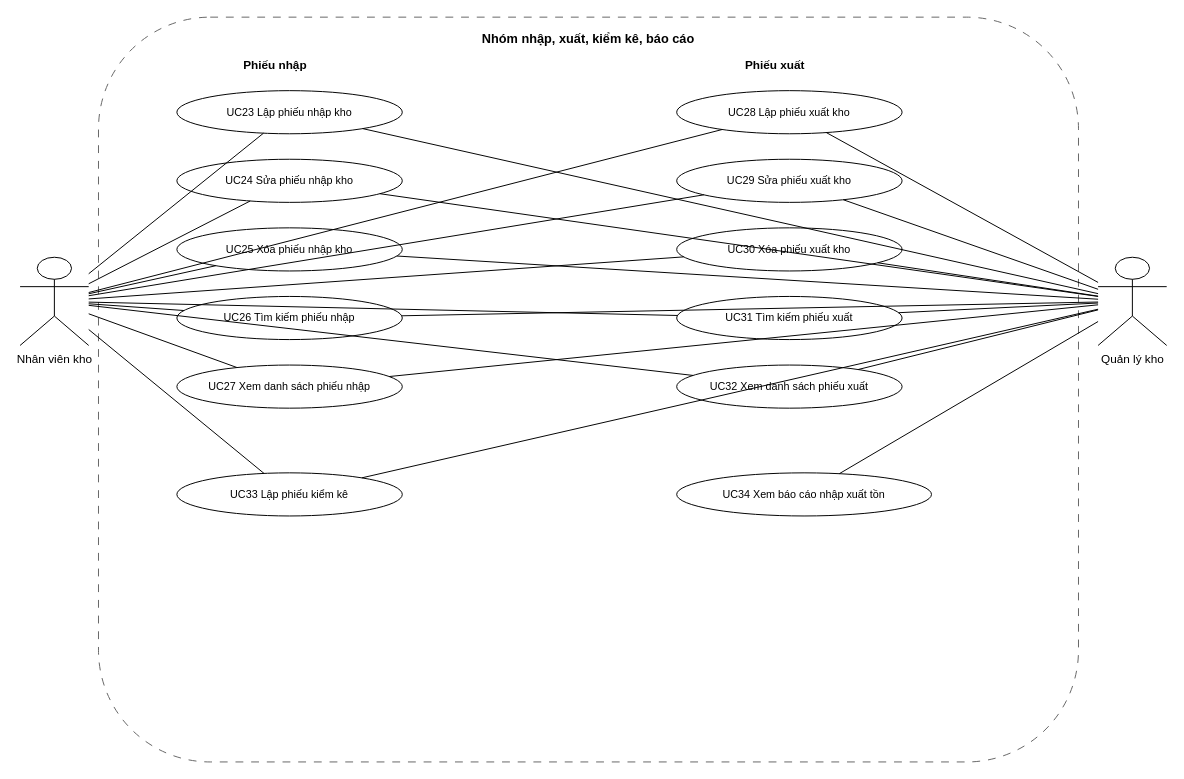
quangminh1212/Phan-tich-va-thiet-ke-he-thong keeps this draw.io diagram as diagram/drawio/3.5_usecase_phieu_baocao.drawio. Above is the earlier version. Source tidied: cells renumbered, new cells numbered last; positions are measured from the earlier drawing's top-left corner, leaving out a move shared by most shapes. Both pictures are drawn from the tidied source at 98%, with x=0, y=0 at pixel (20, 17).
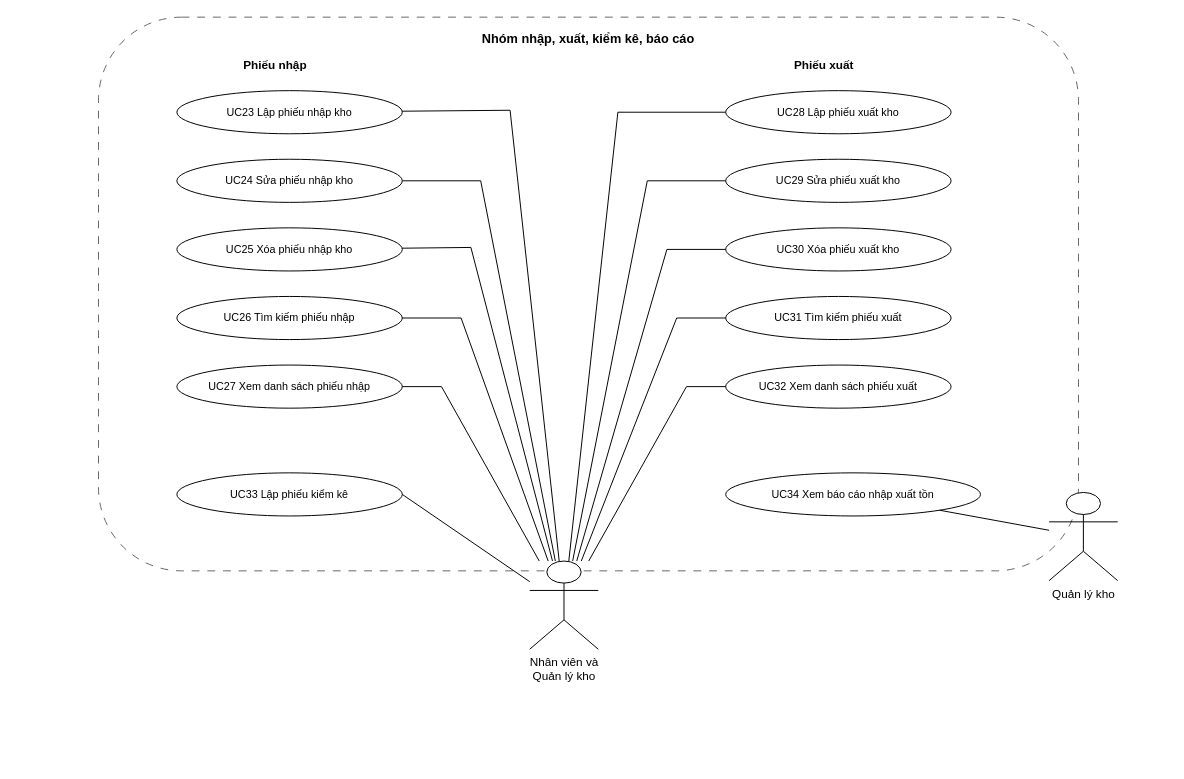
The same diagram, later.

The change refers to these unchanged cells:
```xml
<mxCell id="5" value="UC23 Lập phiếu nhập kho" style="ellipse;whiteSpace=wrap;html=1;fillColor=#FFFFFF;strokeColor=#000000;fontSize=11;align=center;" parent="1" vertex="1">
  <mxGeometry x="160" y="75" width="230" height="44" as="geometry" />
</mxCell>
<mxCell id="6" value="UC24 Sửa phiếu nhập kho" style="ellipse;whiteSpace=wrap;html=1;fillColor=#FFFFFF;strokeColor=#000000;fontSize=11;align=center;" parent="1" vertex="1">
  <mxGeometry x="160" y="145" width="230" height="44" as="geometry" />
</mxCell>
<mxCell id="7" value="UC25 Xóa phiếu nhập kho" style="ellipse;whiteSpace=wrap;html=1;fillColor=#FFFFFF;strokeColor=#000000;fontSize=11;align=center;" parent="1" vertex="1">
  <mxGeometry x="160" y="215" width="230" height="44" as="geometry" />
</mxCell>
<mxCell id="8" value="UC26 Tìm kiếm phiếu nhập" style="ellipse;whiteSpace=wrap;html=1;fillColor=#FFFFFF;strokeColor=#000000;fontSize=11;align=center;" parent="1" vertex="1">
  <mxGeometry x="160" y="285" width="230" height="44" as="geometry" />
</mxCell>
<mxCell id="9" value="UC27 Xem danh sách phiếu nhập" style="ellipse;whiteSpace=wrap;html=1;fillColor=#FFFFFF;strokeColor=#000000;fontSize=11;align=center;" parent="1" vertex="1">
  <mxGeometry x="160" y="355" width="230" height="44" as="geometry" />
</mxCell>
<mxCell id="15" value="UC33 Lập phiếu kiểm kê" style="ellipse;whiteSpace=wrap;html=1;fillColor=#FFFFFF;strokeColor=#000000;fontSize=11;align=center;" parent="1" vertex="1">
  <mxGeometry x="160" y="465" width="230" height="44" as="geometry" />
</mxCell>
```

Change to the diagram source:
```diff
@@
     <mxCell id="2" value="Nhóm nhập, xuất, kiểm kê, báo cáo" style="rounded=1;whiteSpace=wrap;html=1;dashed=1;dashPattern=8 8;fillColor=none;strokeColor=#666666;verticalAlign=top;fontStyle=1;fontSize=13;align=center;spacingTop=8;" parent="1" vertex="1">
-      <mxGeometry x="80" width="1000" height="760" as="geometry" />
+      <mxGeometry x="80" width="1000" height="565" as="geometry" />
     </mxCell>
@@
     <mxCell id="4" value="Phiếu xuất" style="text;html=1;strokeColor=none;fillColor=none;align=center;fontSize=12;fontStyle=1;" parent="1" vertex="1">
-      <mxGeometry x="720" y="35" width="100" height="22" as="geometry" />
+      <mxGeometry x="770" y="35" width="100" height="22" as="geometry" />
     </mxCell>
@@
     <mxCell id="10" value="UC28 Lập phiếu xuất kho" style="ellipse;whiteSpace=wrap;html=1;fillColor=#FFFFFF;strokeColor=#000000;fontSize=11;align=center;" parent="1" vertex="1">
-      <mxGeometry x="670" y="75" width="230" height="44" as="geometry" />
+      <mxGeometry x="720" y="75" width="230" height="44" as="geometry" />
     </mxCell>
     <mxCell id="11" value="UC29 Sửa phiếu xuất kho" style="ellipse;whiteSpace=wrap;html=1;fillColor=#FFFFFF;strokeColor=#000000;fontSize=11;align=center;" parent="1" vertex="1">
-      <mxGeometry x="670" y="145" width="230" height="44" as="geometry" />
+      <mxGeometry x="720" y="145" width="230" height="44" as="geometry" />
     </mxCell>
     <mxCell id="12" value="UC30 Xóa phiếu xuất kho" style="ellipse;whiteSpace=wrap;html=1;fillColor=#FFFFFF;strokeColor=#000000;fontSize=11;align=center;" parent="1" vertex="1">
-      <mxGeometry x="670" y="215" width="230" height="44" as="geometry" />
+      <mxGeometry x="720" y="215" width="230" height="44" as="geometry" />
     </mxCell>
     <mxCell id="13" value="UC31 Tìm kiếm phiếu xuất" style="ellipse;whiteSpace=wrap;html=1;fillColor=#FFFFFF;strokeColor=#000000;fontSize=11;align=center;" parent="1" vertex="1">
-      <mxGeometry x="670" y="285" width="230" height="44" as="geometry" />
+      <mxGeometry x="720" y="285" width="230" height="44" as="geometry" />
     </mxCell>
     <mxCell id="14" value="UC32 Xem danh sách phiếu xuất" style="ellipse;whiteSpace=wrap;html=1;fillColor=#FFFFFF;strokeColor=#000000;fontSize=11;align=center;" parent="1" vertex="1">
-      <mxGeometry x="670" y="355" width="230" height="44" as="geometry" />
+      <mxGeometry x="720" y="355" width="230" height="44" as="geometry" />
     </mxCell>
@@
     <mxCell id="16" value="UC34 Xem báo cáo nhập xuất tồn" style="ellipse;whiteSpace=wrap;html=1;fillColor=#FFFFFF;strokeColor=#000000;fontSize=11;align=center;" parent="1" vertex="1">
-      <mxGeometry x="670" y="465" width="260" height="44" as="geometry" />
+      <mxGeometry x="720" y="465" width="260" height="44" as="geometry" />
     </mxCell>
-    <mxCell id="17" value="Nhân viên kho" style="shape=umlActor;verticalLabelPosition=bottom;verticalAlign=top;html=1;outlineConnect=0;fillColor=#FFFFFF;strokeColor=#000000;" parent="1" vertex="1">
-      <mxGeometry y="245" width="70" height="90" as="geometry" />
+    <mxCell id="17" value="Nhân viên và &lt;br&gt;Quản lý kho" style="shape=umlActor;verticalLabelPosition=bottom;verticalAlign=top;html=1;outlineConnect=0;fillColor=#FFFFFF;strokeColor=#000000;" parent="1" vertex="1">
+      <mxGeometry x="520" y="555" width="70" height="90" as="geometry" />
     </mxCell>
     <mxCell id="18" value="Quản lý kho" style="shape=umlActor;verticalLabelPosition=bottom;verticalAlign=top;html=1;outlineConnect=0;fillColor=#FFFFFF;strokeColor=#000000;" parent="1" vertex="1">
-      <mxGeometry x="1100" y="245" width="70" height="90" as="geometry" />
+      <mxGeometry x="1050" y="485" width="70" height="90" as="geometry" />
     </mxCell>
     <mxCell id="19" style="endArrow=none;html=1;rounded=0;strokeColor=#000000;" parent="1" edge="1" source="17" target="5">
-      <mxGeometry relative="1" as="geometry" />
+      <mxGeometry relative="1" as="geometry">
+        <Array as="points">
+          <mxPoint x="500" y="95" />
+        </Array>
+      </mxGeometry>
     </mxCell>
-    <mxCell id="20" style="endArrow=none;html=1;rounded=0;strokeColor=#000000;" parent="1" edge="1" source="18" target="5">
-      <mxGeometry relative="1" as="geometry" />
-    </mxCell>
     <mxCell id="21" style="endArrow=none;html=1;rounded=0;strokeColor=#000000;" parent="1" edge="1" source="17" target="6">
-      <mxGeometry relative="1" as="geometry" />
+      <mxGeometry relative="1" as="geometry">
+        <Array as="points">
+          <mxPoint x="470" y="167" />
+        </Array>
+      </mxGeometry>
     </mxCell>
-    <mxCell id="22" style="endArrow=none;html=1;rounded=0;strokeColor=#000000;" parent="1" edge="1" source="18" target="6">
-      <mxGeometry relative="1" as="geometry" />
-    </mxCell>
     <mxCell id="23" style="endArrow=none;html=1;rounded=0;strokeColor=#000000;" parent="1" edge="1" source="17" target="7">
-      <mxGeometry relative="1" as="geometry" />
+      <mxGeometry relative="1" as="geometry">
+        <Array as="points">
+          <mxPoint x="460" y="235" />
+        </Array>
+      </mxGeometry>
     </mxCell>
-    <mxCell id="24" style="endArrow=none;html=1;rounded=0;strokeColor=#000000;" parent="1" edge="1" source="18" target="7">
-      <mxGeometry relative="1" as="geometry" />
-    </mxCell>
     <mxCell id="25" style="endArrow=none;html=1;rounded=0;strokeColor=#000000;" parent="1" edge="1" source="17" target="8">
-      <mxGeometry relative="1" as="geometry" />
+      <mxGeometry relative="1" as="geometry">
+        <Array as="points">
+          <mxPoint x="450" y="307" />
+        </Array>
+      </mxGeometry>
     </mxCell>
-    <mxCell id="26" style="endArrow=none;html=1;rounded=0;strokeColor=#000000;" parent="1" edge="1" source="18" target="8">
-      <mxGeometry relative="1" as="geometry" />
-    </mxCell>
     <mxCell id="27" style="endArrow=none;html=1;rounded=0;strokeColor=#000000;" parent="1" edge="1" source="17" target="9">
-      <mxGeometry relative="1" as="geometry" />
+      <mxGeometry relative="1" as="geometry">
+        <Array as="points">
+          <mxPoint x="430" y="377" />
+        </Array>
+      </mxGeometry>
     </mxCell>
-    <mxCell id="28" style="endArrow=none;html=1;rounded=0;strokeColor=#000000;" parent="1" edge="1" source="18" target="9">
-      <mxGeometry relative="1" as="geometry" />
-    </mxCell>
     <mxCell id="29" style="endArrow=none;html=1;rounded=0;strokeColor=#000000;" parent="1" edge="1" source="17" target="10">
-      <mxGeometry relative="1" as="geometry" />
+      <mxGeometry relative="1" as="geometry">
+        <Array as="points">
+          <mxPoint x="610" y="97" />
+        </Array>
+      </mxGeometry>
     </mxCell>
-    <mxCell id="30" style="endArrow=none;html=1;rounded=0;strokeColor=#000000;" parent="1" edge="1" source="18" target="10">
-      <mxGeometry relative="1" as="geometry" />
-    </mxCell>
     <mxCell id="31" style="endArrow=none;html=1;rounded=0;strokeColor=#000000;" parent="1" edge="1" source="17" target="11">
-      <mxGeometry relative="1" as="geometry" />
+      <mxGeometry relative="1" as="geometry">
+        <Array as="points">
+          <mxPoint x="640" y="167" />
+        </Array>
+      </mxGeometry>
     </mxCell>
-    <mxCell id="32" style="endArrow=none;html=1;rounded=0;strokeColor=#000000;" parent="1" edge="1" source="18" target="11">
-      <mxGeometry relative="1" as="geometry" />
-    </mxCell>
     <mxCell id="33" style="endArrow=none;html=1;rounded=0;strokeColor=#000000;" parent="1" edge="1" source="17" target="12">
-      <mxGeometry relative="1" as="geometry" />
+      <mxGeometry relative="1" as="geometry">
+        <Array as="points">
+          <mxPoint x="660" y="237" />
+        </Array>
+      </mxGeometry>
     </mxCell>
-    <mxCell id="34" style="endArrow=none;html=1;rounded=0;strokeColor=#000000;" parent="1" edge="1" source="18" target="12">
-      <mxGeometry relative="1" as="geometry" />
-    </mxCell>
     <mxCell id="35" style="endArrow=none;html=1;rounded=0;strokeColor=#000000;" parent="1" edge="1" source="17" target="13">
-      <mxGeometry relative="1" as="geometry" />
+      <mxGeometry relative="1" as="geometry">
+        <Array as="points">
+          <mxPoint x="670" y="307" />
+        </Array>
+      </mxGeometry>
     </mxCell>
-    <mxCell id="36" style="endArrow=none;html=1;rounded=0;strokeColor=#000000;" parent="1" edge="1" source="18" target="13">
-      <mxGeometry relative="1" as="geometry" />
-    </mxCell>
     <mxCell id="37" style="endArrow=none;html=1;rounded=0;strokeColor=#000000;" parent="1" edge="1" source="17" target="14">
-      <mxGeometry relative="1" as="geometry" />
+      <mxGeometry relative="1" as="geometry">
+        <Array as="points">
+          <mxPoint x="680" y="377" />
+        </Array>
+      </mxGeometry>
     </mxCell>
-    <mxCell id="38" style="endArrow=none;html=1;rounded=0;strokeColor=#000000;" parent="1" edge="1" source="18" target="14">
-      <mxGeometry relative="1" as="geometry" />
-    </mxCell>
-    <mxCell id="39" style="endArrow=none;html=1;rounded=0;strokeColor=#000000;" parent="1" edge="1" source="17" target="15">
+    <mxCell id="39" style="endArrow=none;html=1;rounded=0;strokeColor=#000000;entryX=1;entryY=0.5;entryDx=0;entryDy=0;" parent="1" edge="1" source="17" target="15">
       <mxGeometry relative="1" as="geometry" />
     </mxCell>
-    <mxCell id="40" style="endArrow=none;html=1;rounded=0;strokeColor=#000000;" parent="1" edge="1" source="18" target="15">
-      <mxGeometry relative="1" as="geometry" />
-    </mxCell>
```
